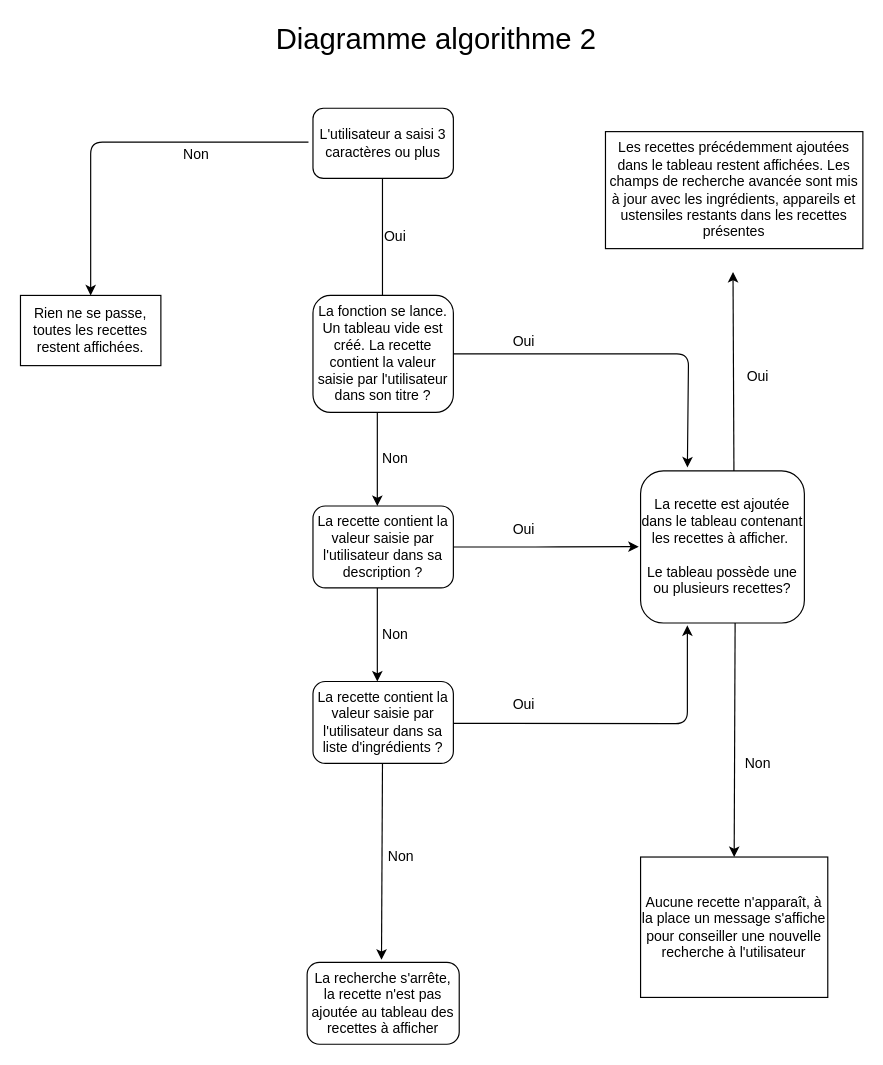
Before: Algorithme2.drawio in Ngc1987/Les-petits-plats, a draw.io diagram. Source tidied: cells renumbered, new cells numbered last; positions are measured from the earlier drawing's top-left corner, leaving out a move shared by most shapes. Both pictures are drawn from the tidied source at 117%, with x=0, y=0 at pixel (20, 26).
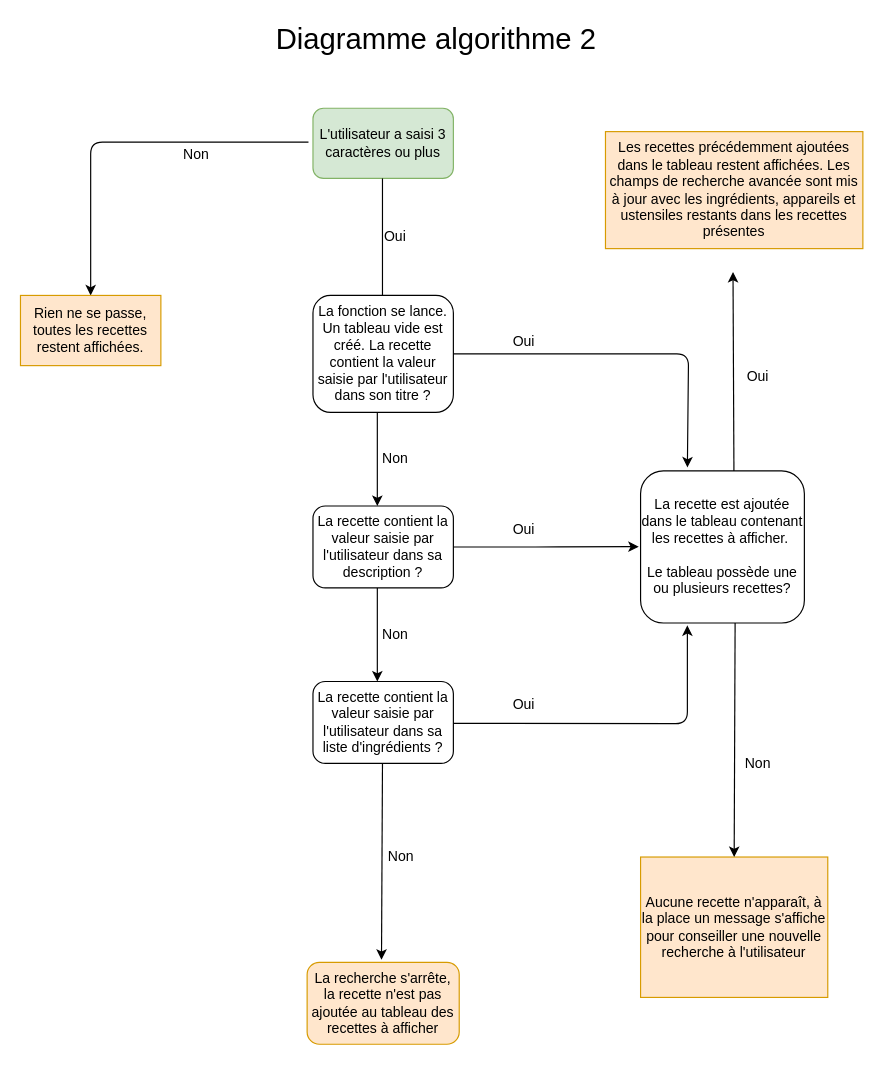
The same diagram, later.

The edit, as a diff of the source:
```diff
@@
-    <mxCell id="2" value="L'utilisateur a saisi 3 caractères ou plus" style="rounded=1;whiteSpace=wrap;html=1;" parent="1" vertex="1">
+    <mxCell id="2" value="L'utilisateur a saisi 3 caractères ou plus" style="rounded=1;whiteSpace=wrap;html=1;fillColor=#d5e8d4;strokeColor=#82b366;" parent="1" vertex="1">
       <mxGeometry x="250" y="70" width="120" height="60" as="geometry" />
     </mxCell>
-    <mxCell id="3" value="Aucune recette n'apparaît, à la place un message s'affiche pour conseiller une nouvelle recherche à l'utilisateur" style="rounded=0;whiteSpace=wrap;html=1;" parent="1" vertex="1">
+    <mxCell id="3" value="Aucune recette n'apparaît, à la place un message s'affiche pour conseiller une nouvelle recherche à l'utilisateur" style="rounded=0;whiteSpace=wrap;html=1;fillColor=#ffe6cc;strokeColor=#d79b00;" parent="1" vertex="1">
       <mxGeometry x="530" y="710" width="160" height="120" as="geometry" />
     </mxCell>
@@
-    <mxCell id="14" value="La recherche s'arrête, la recette n'est pas ajoutée au tableau des recettes à afficher" style="rounded=1;whiteSpace=wrap;html=1;" parent="1" vertex="1">
+    <mxCell id="14" value="La recherche s'arrête, la recette n'est pas ajoutée au tableau des recettes à afficher" style="rounded=1;whiteSpace=wrap;html=1;fillColor=#ffe6cc;strokeColor=#d79b00;" parent="1" vertex="1">
       <mxGeometry x="245" y="800" width="130" height="70" as="geometry" />
     </mxCell>
@@
-    <mxCell id="28" value="&lt;span&gt;Rien ne se passe, toutes les recettes restent affichées.&lt;/span&gt;" style="rounded=0;whiteSpace=wrap;html=1;" parent="1" vertex="1">
+    <mxCell id="28" value="&lt;span&gt;Rien ne se passe, toutes les recettes restent affichées.&lt;/span&gt;" style="rounded=0;whiteSpace=wrap;html=1;fillColor=#ffe6cc;strokeColor=#d79b00;" parent="1" vertex="1">
       <mxGeometry y="230" width="120" height="60" as="geometry" />
     </mxCell>
-    <mxCell id="29" value="Les recettes précédemment ajoutées dans le tableau restent affichées. Les champs de recherche avancée sont mis à jour avec les ingrédients, appareils et ustensiles restants dans les recettes présentes" style="rounded=0;whiteSpace=wrap;html=1;" parent="1" vertex="1">
+    <mxCell id="29" value="Les recettes précédemment ajoutées dans le tableau restent affichées. Les champs de recherche avancée sont mis à jour avec les ingrédients, appareils et ustensiles restants dans les recettes présentes" style="rounded=0;whiteSpace=wrap;html=1;fillColor=#ffe6cc;strokeColor=#d79b00;" parent="1" vertex="1">
       <mxGeometry x="500" y="90" width="220" height="100" as="geometry" />
     </mxCell>
```
